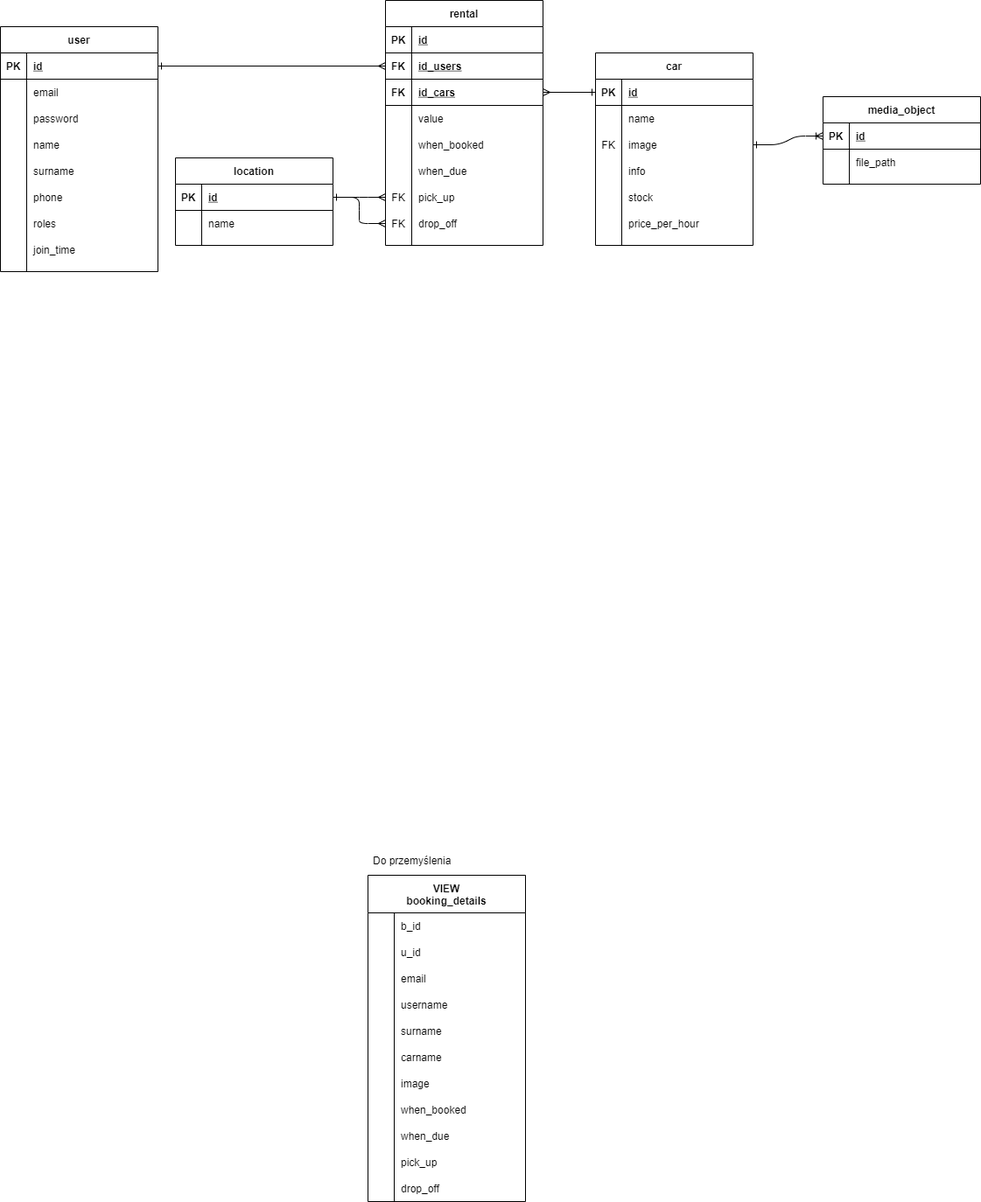
Earlier version of the draw.io export ERD RentaCar.png (Sammatouh/ZTPAI-Projekt). Source tidied: cells renumbered, new cells last; positions are measured from the earlier drawing's top-left corner, leaving out a move shared by most shapes.
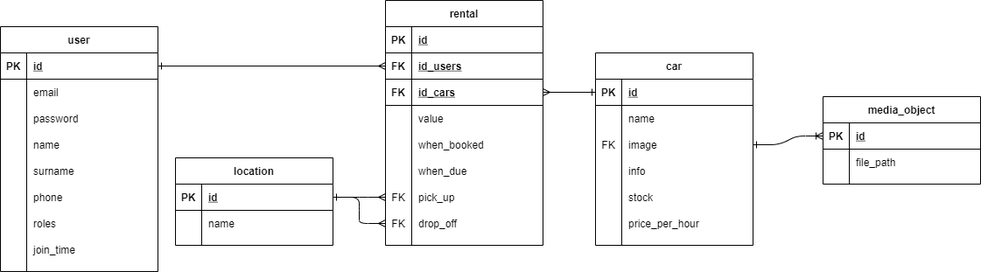
Later version of the same file.

Change to the diagram source:
```diff
@@ -242,111 +242,6 @@
     <mxCell id="81" style="edgeStyle=entityRelationEdgeStyle;fontSize=12;html=1;endArrow=ERmany;exitX=1;exitY=0.5;exitDx=0;exitDy=0;entryX=0;entryY=0.5;entryDx=0;entryDy=0;endFill=0;startArrow=ERone;startFill=0;" parent="1" edge="1" source="74" target="68">
       <mxGeometry relative="1" as="geometry" />
     </mxCell>
-    <mxCell id="82" value="VIEW&#10;booking_details" style="shape=table;startSize=43;rowLines=0;fontStyle=1;align=center;" parent="1" vertex="1">
-      <mxGeometry x="420" y="1000" width="180" height="373" as="geometry" />
-    </mxCell>
-    <mxCell id="83" style="shape=partialRectangle;fillColor=none;top=0;left=0;bottom=0;right=0;" parent="82" vertex="1">
-      <mxGeometry y="43" width="180" height="30" as="geometry" />
-    </mxCell>
-    <mxCell id="84" style="shape=partialRectangle;fillColor=none;top=0;left=0;bottom=0;right=0;overflow=hidden;" parent="83" vertex="1">
-      <mxGeometry width="30" height="30" as="geometry" />
-    </mxCell>
-    <mxCell id="85" value="b_id" style="shape=partialRectangle;fillColor=none;top=0;left=0;bottom=0;right=0;align=left;spacingLeft=6;overflow=hidden;" parent="83" vertex="1">
-      <mxGeometry x="30" width="150" height="30" as="geometry" />
-    </mxCell>
-    <mxCell id="86" style="shape=partialRectangle;fillColor=none;top=0;left=0;bottom=0;right=0;" parent="82" vertex="1">
-      <mxGeometry y="73" width="180" height="30" as="geometry" />
-    </mxCell>
-    <mxCell id="87" style="shape=partialRectangle;fillColor=none;top=0;left=0;bottom=0;right=0;overflow=hidden;" parent="86" vertex="1">
-      <mxGeometry width="30" height="30" as="geometry" />
-    </mxCell>
-    <mxCell id="88" value="u_id" style="shape=partialRectangle;fillColor=none;top=0;left=0;bottom=0;right=0;align=left;spacingLeft=6;overflow=hidden;" parent="86" vertex="1">
-      <mxGeometry x="30" width="150" height="30" as="geometry" />
-    </mxCell>
-    <mxCell id="89" style="shape=partialRectangle;fillColor=none;top=0;left=0;bottom=0;right=0;" parent="82" vertex="1">
-      <mxGeometry y="103" width="180" height="30" as="geometry" />
-    </mxCell>
-    <mxCell id="90" style="shape=partialRectangle;fillColor=none;top=0;left=0;bottom=0;right=0;overflow=hidden;" parent="89" vertex="1">
-      <mxGeometry width="30" height="30" as="geometry" />
-    </mxCell>
-    <mxCell id="91" value="email" style="shape=partialRectangle;fillColor=none;top=0;left=0;bottom=0;right=0;align=left;spacingLeft=6;overflow=hidden;" parent="89" vertex="1">
-      <mxGeometry x="30" width="150" height="30" as="geometry" />
-    </mxCell>
-    <mxCell id="92" style="shape=partialRectangle;fillColor=none;top=0;left=0;bottom=0;right=0;" parent="82" vertex="1">
-      <mxGeometry y="133" width="180" height="30" as="geometry" />
-    </mxCell>
-    <mxCell id="93" style="shape=partialRectangle;fillColor=none;top=0;left=0;bottom=0;right=0;overflow=hidden;" parent="92" vertex="1">
-      <mxGeometry width="30" height="30" as="geometry" />
-    </mxCell>
-    <mxCell id="94" value="username" style="shape=partialRectangle;fillColor=none;top=0;left=0;bottom=0;right=0;align=left;spacingLeft=6;overflow=hidden;" parent="92" vertex="1">
-      <mxGeometry x="30" width="150" height="30" as="geometry" />
-    </mxCell>
-    <mxCell id="95" style="shape=partialRectangle;fillColor=none;top=0;left=0;bottom=0;right=0;" parent="82" vertex="1">
-      <mxGeometry y="163" width="180" height="30" as="geometry" />
-    </mxCell>
-    <mxCell id="96" style="shape=partialRectangle;fillColor=none;top=0;left=0;bottom=0;right=0;overflow=hidden;" parent="95" vertex="1">
-      <mxGeometry width="30" height="30" as="geometry" />
-    </mxCell>
-    <mxCell id="97" value="surname" style="shape=partialRectangle;fillColor=none;top=0;left=0;bottom=0;right=0;align=left;spacingLeft=6;overflow=hidden;" parent="95" vertex="1">
-      <mxGeometry x="30" width="150" height="30" as="geometry" />
-    </mxCell>
-    <mxCell id="98" style="shape=partialRectangle;fillColor=none;top=0;left=0;bottom=0;right=0;" parent="82" vertex="1">
-      <mxGeometry y="193" width="180" height="30" as="geometry" />
-    </mxCell>
-    <mxCell id="99" style="shape=partialRectangle;fillColor=none;top=0;left=0;bottom=0;right=0;overflow=hidden;" parent="98" vertex="1">
-      <mxGeometry width="30" height="30" as="geometry" />
-    </mxCell>
-    <mxCell id="100" value="carname" style="shape=partialRectangle;fillColor=none;top=0;left=0;bottom=0;right=0;align=left;spacingLeft=6;overflow=hidden;" parent="98" vertex="1">
-      <mxGeometry x="30" width="150" height="30" as="geometry" />
-    </mxCell>
-    <mxCell id="101" style="shape=partialRectangle;fillColor=none;top=0;left=0;bottom=0;right=0;" parent="82" vertex="1">
-      <mxGeometry y="223" width="180" height="30" as="geometry" />
-    </mxCell>
-    <mxCell id="102" style="shape=partialRectangle;fillColor=none;top=0;left=0;bottom=0;right=0;overflow=hidden;" parent="101" vertex="1">
-      <mxGeometry width="30" height="30" as="geometry" />
-    </mxCell>
-    <mxCell id="103" value="image" style="shape=partialRectangle;fillColor=none;top=0;left=0;bottom=0;right=0;align=left;spacingLeft=6;overflow=hidden;" parent="101" vertex="1">
-      <mxGeometry x="30" width="150" height="30" as="geometry" />
-    </mxCell>
-    <mxCell id="104" style="shape=partialRectangle;fillColor=none;top=0;left=0;bottom=0;right=0;" parent="82" vertex="1">
-      <mxGeometry y="253" width="180" height="30" as="geometry" />
-    </mxCell>
-    <mxCell id="105" style="shape=partialRectangle;fillColor=none;top=0;left=0;bottom=0;right=0;overflow=hidden;" parent="104" vertex="1">
-      <mxGeometry width="30" height="30" as="geometry" />
-    </mxCell>
-    <mxCell id="106" value="when_booked" style="shape=partialRectangle;fillColor=none;top=0;left=0;bottom=0;right=0;align=left;spacingLeft=6;overflow=hidden;" parent="104" vertex="1">
-      <mxGeometry x="30" width="150" height="30" as="geometry" />
-    </mxCell>
-    <mxCell id="107" style="shape=partialRectangle;fillColor=none;top=0;left=0;bottom=0;right=0;" parent="82" vertex="1">
-      <mxGeometry y="283" width="180" height="30" as="geometry" />
-    </mxCell>
-    <mxCell id="108" style="shape=partialRectangle;fillColor=none;top=0;left=0;bottom=0;right=0;overflow=hidden;" parent="107" vertex="1">
-      <mxGeometry width="30" height="30" as="geometry" />
-    </mxCell>
-    <mxCell id="109" value="when_due" style="shape=partialRectangle;fillColor=none;top=0;left=0;bottom=0;right=0;align=left;spacingLeft=6;overflow=hidden;" parent="107" vertex="1">
-      <mxGeometry x="30" width="150" height="30" as="geometry" />
-    </mxCell>
-    <mxCell id="110" style="shape=partialRectangle;fillColor=none;top=0;left=0;bottom=0;right=0;" parent="82" vertex="1">
-      <mxGeometry y="313" width="180" height="30" as="geometry" />
-    </mxCell>
-    <mxCell id="111" style="shape=partialRectangle;fillColor=none;top=0;left=0;bottom=0;right=0;overflow=hidden;" parent="110" vertex="1">
-      <mxGeometry width="30" height="30" as="geometry" />
-    </mxCell>
-    <mxCell id="112" value="pick_up" style="shape=partialRectangle;fillColor=none;top=0;left=0;bottom=0;right=0;align=left;spacingLeft=6;overflow=hidden;" parent="110" vertex="1">
-      <mxGeometry x="30" width="150" height="30" as="geometry" />
-    </mxCell>
-    <mxCell id="113" style="shape=partialRectangle;fillColor=none;top=0;left=0;bottom=0;right=0;" parent="82" vertex="1">
-      <mxGeometry y="343" width="180" height="30" as="geometry" />
-    </mxCell>
-    <mxCell id="114" style="shape=partialRectangle;fillColor=none;top=0;left=0;bottom=0;right=0;overflow=hidden;" parent="113" vertex="1">
-      <mxGeometry width="30" height="30" as="geometry" />
-    </mxCell>
-    <mxCell id="115" value="drop_off" style="shape=partialRectangle;fillColor=none;top=0;left=0;bottom=0;right=0;align=left;spacingLeft=6;overflow=hidden;" parent="113" vertex="1">
-      <mxGeometry x="30" width="150" height="30" as="geometry" />
-    </mxCell>
-    <mxCell id="116" value="Do przemyślenia" style="text;strokeColor=none;fillColor=none;spacingLeft=4;spacingRight=4;overflow=hidden;fontSize=12;" parent="1" vertex="1">
-      <mxGeometry x="420" y="970" width="100" height="30" as="geometry" />
-    </mxCell>
     <mxCell id="117" value="media_object" style="shape=table;startSize=30;rowLines=0;fontStyle=1;align=center;" parent="1" vertex="1">
       <mxGeometry x="940" y="110" width="180" height="100" as="geometry" />
     </mxCell>
```
